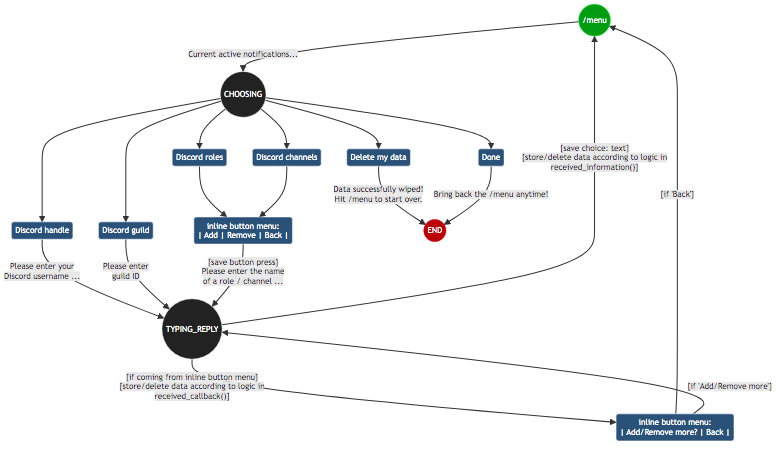
Before: docs/diagrams/res/state_diagram.png, a diagram exported from Mermaid (jediswaplabs/discord-alert-bot). Its source is kept beside it as docs/diagrams/src/state_diagram.mmd. The source it was exported from:
```mermaid
flowchart
    MENU(("/menu")):::entryPoint -->|Current active notifications...| CHOOSING((CHOOSING)):::state

    CHOOSING --> handle("Discord handle"):::userInput
    CHOOSING --> guild("Discord guild"):::userInput
    CHOOSING --> roles("Discord roles"):::userInput
    CHOOSING --> channels("Discord channels"):::userInput
    CHOOSING --> delete("Delete my data"):::userInput
    CHOOSING --> done("Done"):::userInput

    handle --> |"Please enter your <br /> Discord username ..."| TYPING_REPLY
    guild --> |"Please enter <br /> guild ID"| TYPING_REPLY
    roles --> submenu("inline button menu: <br /> | Add | Remove | Back |"):::userInput
    channels --> submenu
    delete --> |"Data successfully wiped! <br /> Hit /menu to start over."| End
    done --> |"Bring back the /menu anytime!"| End(("END")):::termination

    submenu --> |"[save button press] <br /> Please enter the name <br /> of a role / channel ..."| TYPING_REPLY((TYPING_REPLY)):::state

    TYPING_REPLY --> |"[if coming from inline button menu] <br /> [store/delete data according to logic in <br /> received_callback()]"| add_remove_more("inline button menu: <br /> | Add/Remove more? | Back |"):::userInput
    TYPING_REPLY --> |"[save choice: text] <br /> [store/delete data according to logic in <br /> received_information()] "| MENU

    add_remove_more --> |"[if 'Back']"| MENU
    add_remove_more --> |"[if 'Add/Remove more']"| TYPING_REPLY

    classDef userInput  fill:#2a5279, color:#ffffff, stroke:#ffffff
    classDef state fill:#222222, color:#ffffff, stroke:#ffffff
    classDef entryPoint fill:#009c11, stroke:#42FF57, color:#ffffff
    classDef termination fill:#bb0007, stroke:#E60109, color:#ffffff
```
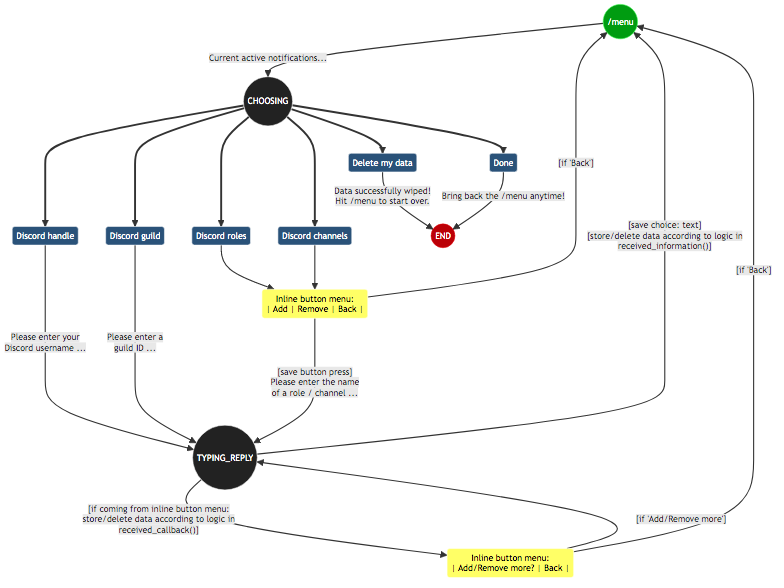
Later version of the same file.

Commit message:
Added detailed running instructions & state diagram (#44)

Diff of the diagram source:
```diff
@@ -1,29 +1,33 @@
-flowchart
+flowchart TB
+
     MENU(("/menu")):::entryPoint -->|Current active notifications...| CHOOSING((CHOOSING)):::state
 
-    CHOOSING --> handle("Discord handle"):::userInput
-    CHOOSING --> guild("Discord guild"):::userInput
-    CHOOSING --> roles("Discord roles"):::userInput
-    CHOOSING --> channels("Discord channels"):::userInput
-    CHOOSING --> delete("Delete my data"):::userInput
-    CHOOSING --> done("Done"):::userInput
 
-    handle --> |"Please enter your <br /> Discord username ..."| TYPING_REPLY
-    guild --> |"Please enter <br /> guild ID"| TYPING_REPLY
-    roles --> submenu("inline button menu: <br /> | Add | Remove | Back |"):::userInput
+    CHOOSING ==> guild("Discord guild"):::userInput
+    CHOOSING ===> roles("Discord roles"):::userInput
+    CHOOSING ===> channels("Discord channels"):::userInput
+    CHOOSING ==> handle("Discord handle"):::userInput
+    CHOOSING ==> delete("Delete my data"):::userInput
+    CHOOSING ==> done("Done"):::userInput
+
+    handle ----> |"Please enter your <br /> Discord username ..."| TYPING_REPLY
+    guild ----> |"Please enter a <br /> guild ID ..."| TYPING_REPLY
+    roles --> submenu("Inline button menu: <br /> | Add | Remove | Back |"):::inlineMenu
     channels --> submenu
     delete --> |"Data successfully wiped! <br /> Hit /menu to start over."| End
     done --> |"Bring back the /menu anytime!"| End(("END")):::termination
 
-    submenu --> |"[save button press] <br /> Please enter the name <br /> of a role / channel ..."| TYPING_REPLY((TYPING_REPLY)):::state
+    submenu ---> |"[save button press] <br /> Please enter the name <br /> of a role / channel ..."| TYPING_REPLY((TYPING_REPLY)):::state
+    submenu --> |"[if 'Back']"| MENU
 
-    TYPING_REPLY --> |"[if coming from inline button menu] <br /> [store/delete data according to logic in <br /> received_callback()]"| add_remove_more("inline button menu: <br /> | Add/Remove more? | Back |"):::userInput
+    add_remove_more --> |"[if 'Add/Remove more']"| TYPING_REPLY
+    add_remove_more --> |"[if 'Back']"| MENU
+
+    TYPING_REPLY --> |"[if coming from inline button menu: <br /> store/delete data according to logic in <br /> received_callback()]"| add_remove_more("Inline button menu: <br /> | Add/Remove more? | Back |"):::inlineMenu
     TYPING_REPLY --> |"[save choice: text] <br /> [store/delete data according to logic in <br /> received_information()] "| MENU
 
-    add_remove_more --> |"[if 'Back']"| MENU
-    add_remove_more --> |"[if 'Add/Remove more']"| TYPING_REPLY
-
-    classDef userInput  fill:#2a5279, color:#ffffff, stroke:#ffffff
+    classDef userInput fill:#2a5279, color:#ffffff, stroke:#ffffff
+    classDef inlineMenu fill:#ffff66, color:#000000, stroke:#ffffff
     classDef state fill:#222222, color:#ffffff, stroke:#ffffff
     classDef entryPoint fill:#009c11, stroke:#42FF57, color:#ffffff
     classDef termination fill:#bb0007, stroke:#E60109, color:#ffffff
```
